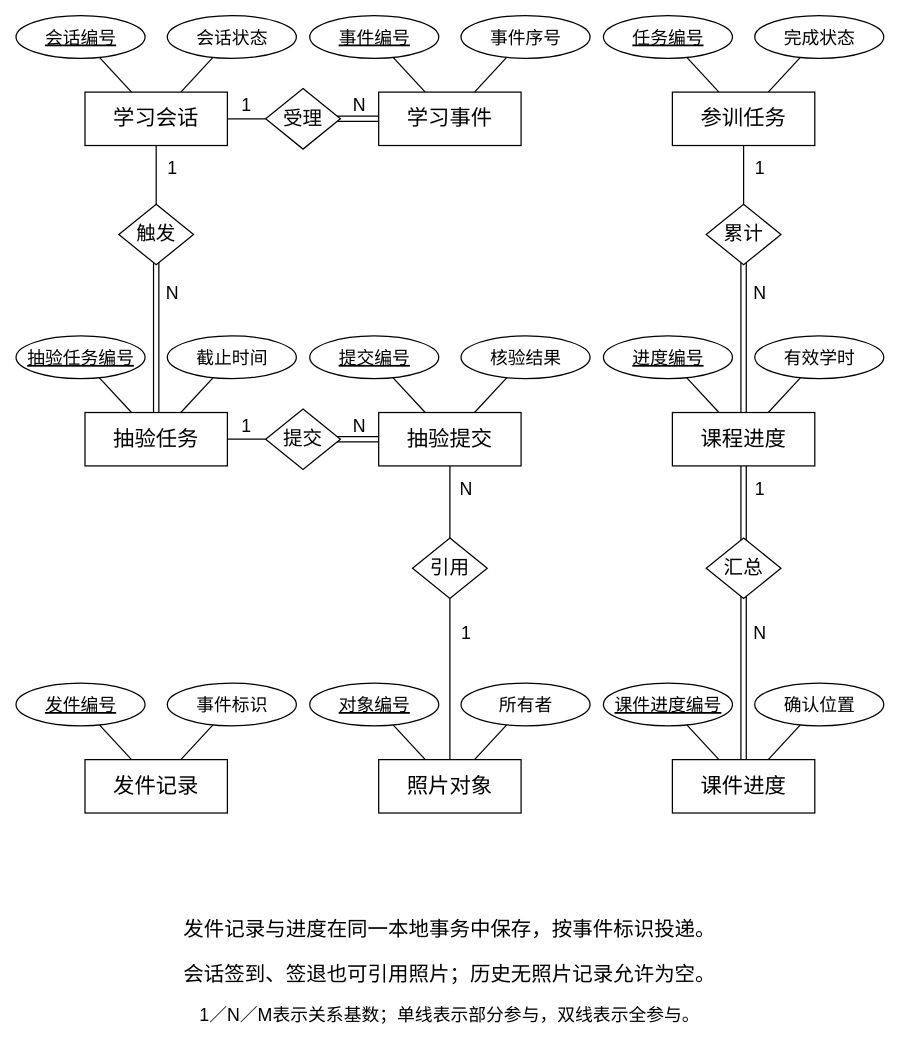
This is docs/thesis/figures/advisor-20260930/er-learning.drawio from Lijian500/road-transport-training-platform, a draw.io file, before an edit. Source tidied: cells renumbered, new cells numbered last; positions are measured from the earlier drawing's top-left corner, leaving out a move shared by most shapes. Both pictures are drawn from the tidied source at 89%, with x=0, y=0 at pixel (15, 15).
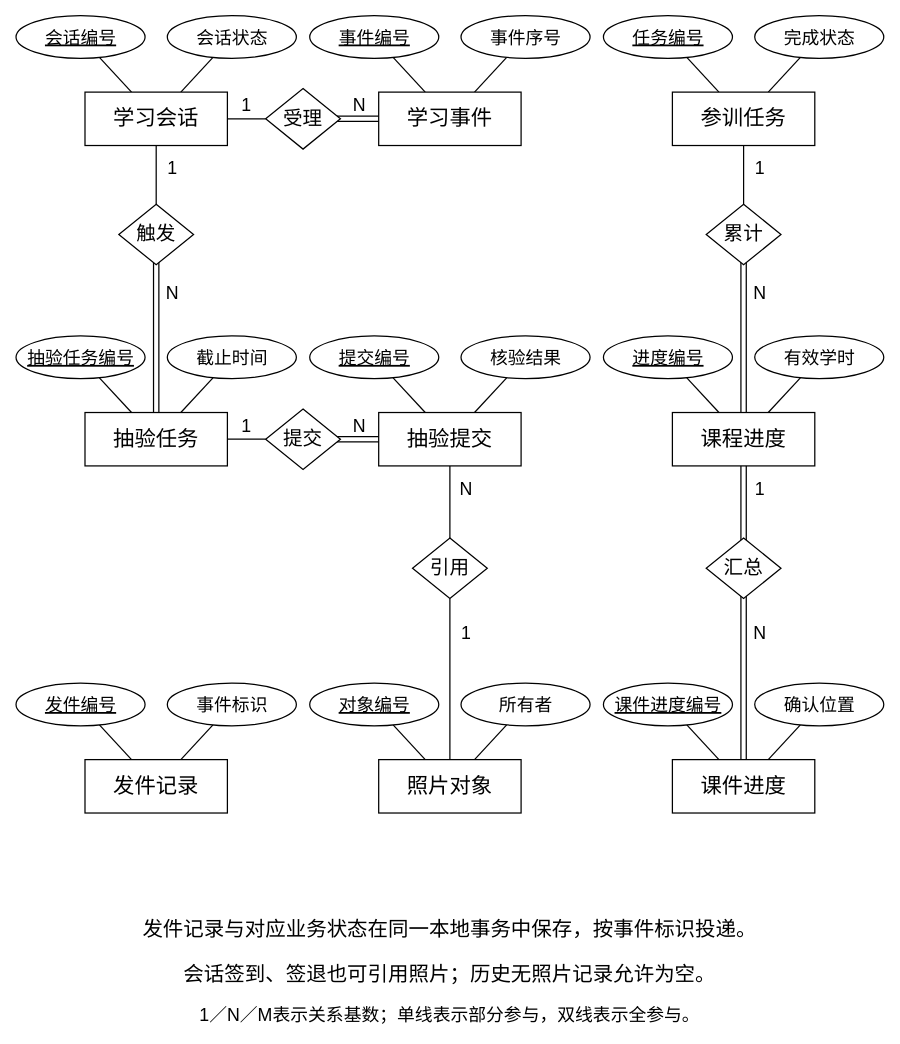
Above is the later version.

The edit, as a diff of the source:
```diff
@@
-    <mxCell id="83" value="发件记录与进度在同一本地事务中保存，按事件标识投递。" style="text;strokeColor=none;whiteSpace=wrap;html=1;fillColor=#ffffff;fontColor=#000000;fontFamily=SimSun;fontSize=23;align=center;verticalAlign=middle;spacing=0;fillColor=none;" parent="1" vertex="1">
+    <mxCell id="83" value="发件记录与对应业务状态在同一本地事务中保存，按事件标识投递。" style="text;strokeColor=none;whiteSpace=wrap;html=1;fillColor=#ffffff;fontColor=#000000;fontFamily=SimSun;fontSize=23;align=center;verticalAlign=middle;spacing=0;fillColor=none;" parent="1" vertex="1">
       <mxGeometry x="28" y="1006" width="920" height="42" as="geometry" />
     </mxCell>
```
